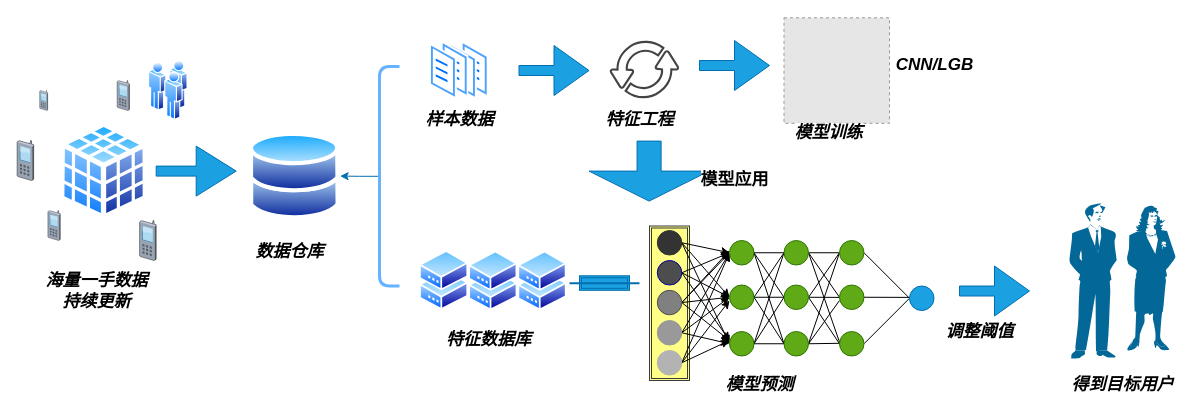
The draw.io diagram Untitled Diagram.drawio in Jackieze/hello-python, before the edit. Source tidied: cells renumbered, new cells numbered last; positions are measured from the earlier drawing's top-left corner, leaving out a move shared by most shapes. Both pictures are drawn from the tidied source at 100%, with x=0, y=0 at pixel (17, 17). Pictures stored in the file or linked from it are replaced by grey dashed boxes.
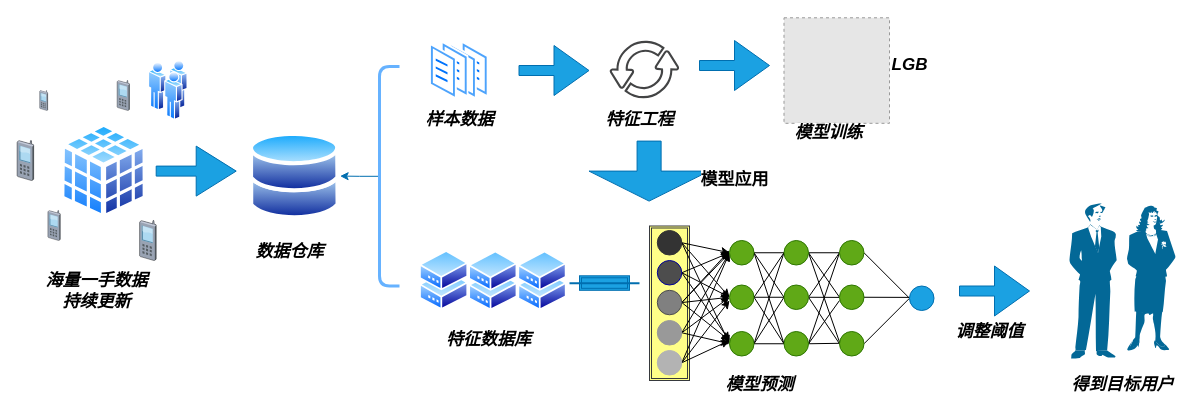
Above is the later version.

Change to the diagram source:
```diff
@@
-    <mxCell id="22" value="&lt;b&gt;&lt;i&gt;&lt;font style=&quot;font-size: 17px&quot;&gt;CNN/LGB&lt;/font&gt;&lt;/i&gt;&lt;/b&gt;" style="text;html=1;align=center;verticalAlign=middle;fillColor=none;strokeColor=none;rounded=0;labelBackgroundColor=#ffffff;" parent="1" vertex="1">
-      <mxGeometry x="872" y="38" width="90" height="20" as="geometry" />
+    <mxCell id="22" value="&lt;b&gt;&lt;i&gt;&lt;font style=&quot;font-size: 17px&quot;&gt;LGB&lt;/font&gt;&lt;/i&gt;&lt;/b&gt;" style="text;html=1;align=center;verticalAlign=middle;fillColor=none;strokeColor=none;rounded=0;labelBackgroundColor=#ffffff;" parent="1" vertex="1">
+      <mxGeometry x="866.5" y="38" width="50" height="20" as="geometry" />
     </mxCell>
@@
     <mxCell id="91" value="&lt;i&gt;&lt;b&gt;&lt;font style=&quot;font-size: 17px&quot;&gt;调整阈值&lt;/font&gt;&lt;/b&gt;&lt;/i&gt;" style="text;html=1;align=center;verticalAlign=middle;fillColor=none;strokeColor=none;rounded=0;labelBackgroundColor=#ffffff;" parent="1" vertex="1">
-      <mxGeometry x="922" y="305.2" width="80" height="20" as="geometry" />
+      <mxGeometry x="932" y="305.2" width="80" height="20" as="geometry" />
     </mxCell>
```
